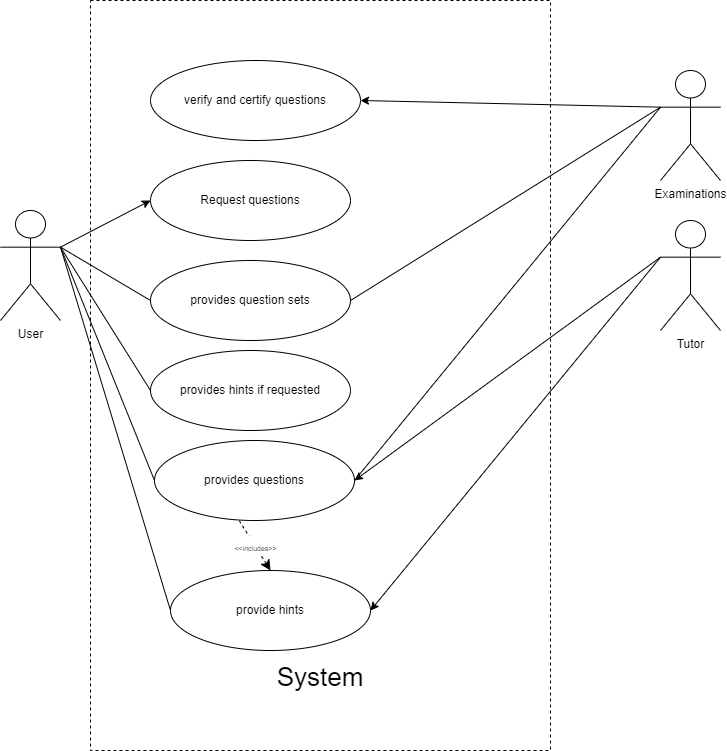
This is Quiz System.drawio.png from prasai-ap/system-modeling, a draw.io export, as it was before one commit. Source tidied: cells renumbered, new cells last; positions are measured from the earlier drawing's top-left corner, leaving out a move shared by most shapes.
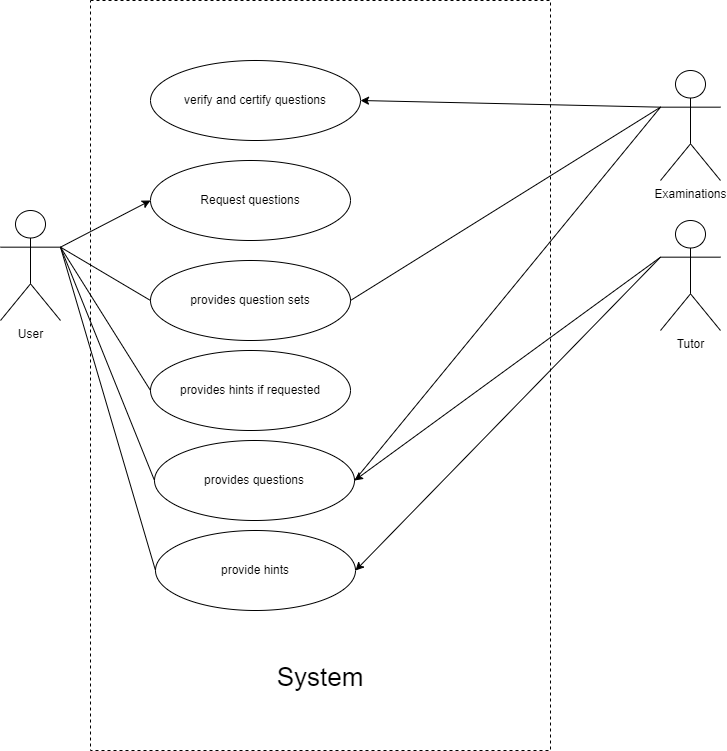
Later version of the same file.

Change to the diagram source:
```diff
@@ -18,7 +18,7 @@
       <mxGeometry x="154" y="440" width="200" height="80" as="geometry" />
     </mxCell>
     <mxCell id="7" value="provide hints" style="ellipse;whiteSpace=wrap;html=1;strokeColor=#000000;" parent="1" vertex="1">
-      <mxGeometry x="170" y="570" width="200" height="80" as="geometry" />
+      <mxGeometry x="155" y="530" width="200" height="80" as="geometry" />
     </mxCell>
     <mxCell id="8" value="User" style="shape=umlActor;verticalLabelPosition=bottom;verticalAlign=top;html=1;outlineConnect=0;" parent="1" vertex="1">
       <mxGeometry y="210" width="60" height="110" as="geometry" />
@@ -62,11 +62,5 @@
     <mxCell id="21" style="endArrow=classic;html=1;rounded=0;exitX=0;exitY=0.3333333333333333;exitDx=0;exitDy=0;exitPerimeter=0;entryX=1;entryY=0.5;entryDx=0;entryDy=0;" parent="1" edge="1" source="18" target="17">
       <mxGeometry relative="1" as="geometry" />
     </mxCell>
-    <mxCell id="22" style="endArrow=classic;html=1;rounded=0;fontSize=12;startSize=8;endSize=8;curved=1;exitX=0.424;exitY=1.003;exitDx=0;exitDy=0;exitPerimeter=0;entryX=0.5;entryY=0;entryDx=0;entryDy=0;dashed=1;" parent="1" edge="1" source="6" target="7">
-      <mxGeometry relative="1" as="geometry" />
-    </mxCell>
-    <mxCell id="23" value="&lt;font style=&quot;font-size: 7px;&quot;&gt;&amp;lt;&amp;lt;includes&amp;gt;&amp;gt;&lt;/font&gt;" style="edgeLabel;html=1;align=center;verticalAlign=middle;fontSize=16;" parent="22" vertex="1">
-      <mxGeometry relative="1" as="geometry" />
-    </mxCell>
   </root>
 </mxGraphModel>
```
